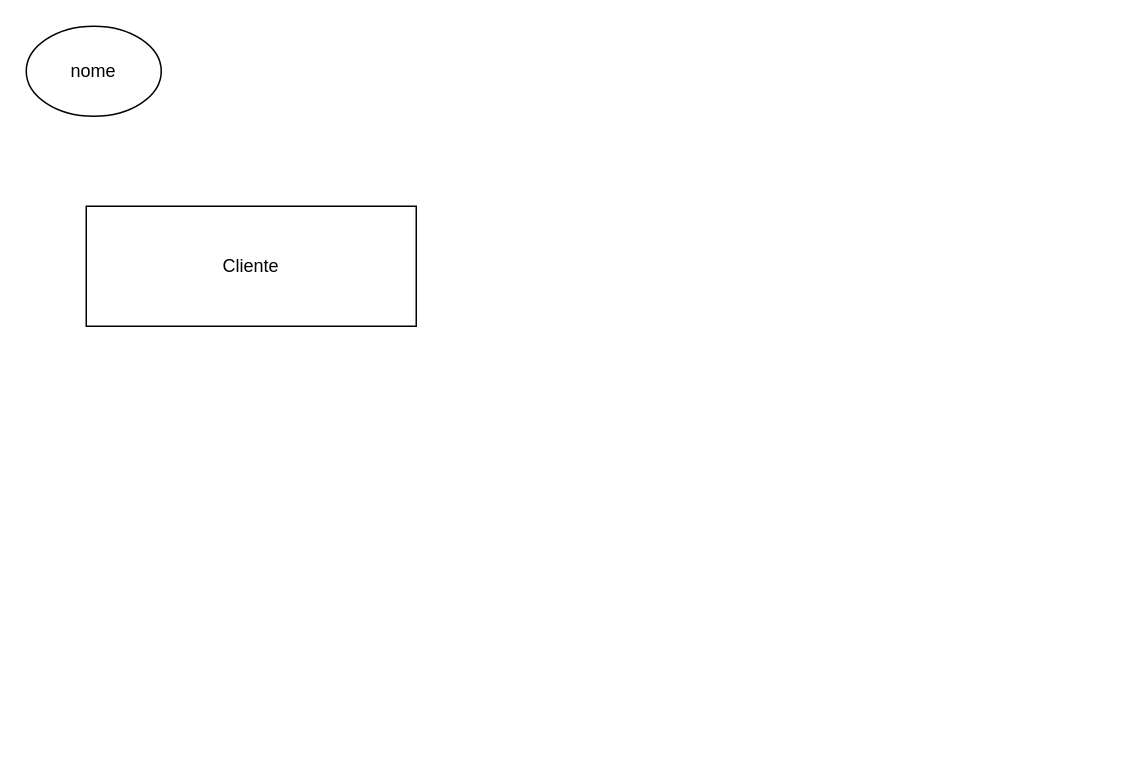
The draw.io diagram Untitled Diagram.drawio in maiagripp/uml, before the edit. Source tidied: cells renumbered, new cells numbered last; positions are measured from the earlier drawing's top-left corner, leaving out a move shared by most shapes. Both pictures are drawn from the tidied source at 150%, with x=0, y=0 at pixel (26, 26).
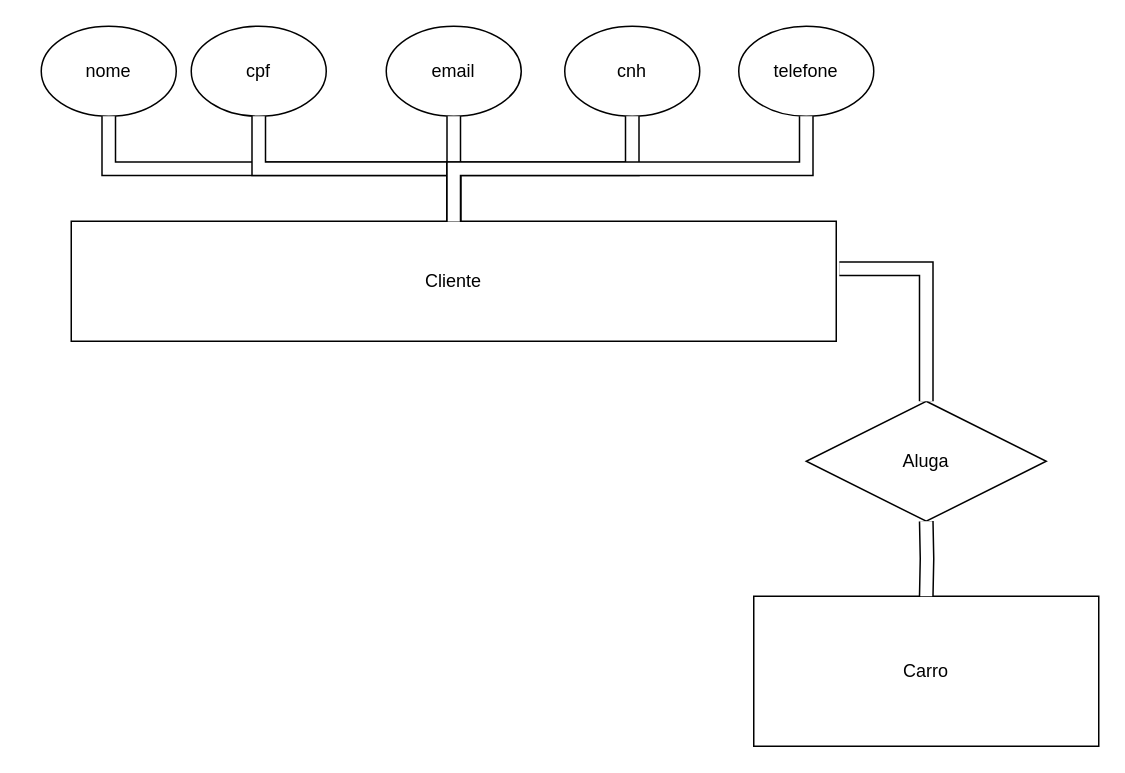
The same diagram, later.

The edit, as a diff of the source:
```diff
@@
 <mxGraphModel>
   <root>
     <mxCell id="0" />
     <mxCell id="1" parent="0" />
     <mxCell id="2" value="Cliente" style="rounded=0;whiteSpace=wrap;html=1;" parent="1" vertex="1">
-      <mxGeometry x="40" y="120" width="220" height="80" as="geometry" />
+      <mxGeometry x="30" y="130" width="510" height="80" as="geometry" />
     </mxCell>
     <mxCell id="3" value="nome" style="ellipse;whiteSpace=wrap;html=1;" parent="1" vertex="1">
-      <mxGeometry width="90" height="60" as="geometry" />
+      <mxGeometry x="10" width="90" height="60" as="geometry" />
     </mxCell>
+    <mxCell id="4" value="cpf" style="ellipse;whiteSpace=wrap;html=1;" parent="1" vertex="1">
+      <mxGeometry x="110" width="90" height="60" as="geometry" />
+    </mxCell>
+    <mxCell id="5" value="email" style="ellipse;whiteSpace=wrap;html=1;" parent="1" vertex="1">
+      <mxGeometry x="240" width="90" height="60" as="geometry" />
+    </mxCell>
+    <mxCell id="6" value="cnh" style="ellipse;whiteSpace=wrap;html=1;" parent="1" vertex="1">
+      <mxGeometry x="359" width="90" height="60" as="geometry" />
+    </mxCell>
+    <mxCell id="7" value="telefone" style="ellipse;whiteSpace=wrap;html=1;" parent="1" vertex="1">
+      <mxGeometry x="475" width="90" height="60" as="geometry" />
+    </mxCell>
+    <mxCell id="8" style="shape=filledEdge;rounded=0;fixDash=1;endArrow=none;strokeWidth=10;fillColor=#ffffff;edgeStyle=orthogonalEdgeStyle;exitX=0.5;exitY=0;exitDx=0;exitDy=0;entryX=0.5;entryY=1;entryDx=0;entryDy=0;" parent="1" edge="1" source="2" target="3">
+      <mxGeometry relative="1" as="geometry" />
+    </mxCell>
+    <mxCell id="9" style="shape=filledEdge;rounded=0;fixDash=1;endArrow=none;strokeWidth=10;fillColor=#ffffff;edgeStyle=orthogonalEdgeStyle;exitX=0.5;exitY=0;exitDx=0;exitDy=0;entryX=0.5;entryY=1;entryDx=0;entryDy=0;" parent="1" edge="1" source="2" target="4">
+      <mxGeometry relative="1" as="geometry" />
+    </mxCell>
+    <mxCell id="10" style="shape=filledEdge;rounded=0;fixDash=1;endArrow=none;strokeWidth=10;fillColor=#ffffff;edgeStyle=orthogonalEdgeStyle;entryX=0.5;entryY=1;entryDx=0;entryDy=0;exitX=0.5;exitY=0;exitDx=0;exitDy=0;" parent="1" edge="1" source="2" target="5">
+      <mxGeometry relative="1" as="geometry" />
+    </mxCell>
+    <mxCell id="11" style="shape=filledEdge;rounded=0;fixDash=1;endArrow=none;strokeWidth=10;fillColor=#ffffff;edgeStyle=orthogonalEdgeStyle;exitX=0.5;exitY=0;exitDx=0;exitDy=0;" parent="1" edge="1" source="2" target="6">
+      <mxGeometry relative="1" as="geometry" />
+    </mxCell>
+    <mxCell id="12" style="shape=filledEdge;rounded=0;fixDash=1;endArrow=none;strokeWidth=10;fillColor=#ffffff;edgeStyle=orthogonalEdgeStyle;exitX=0.5;exitY=0;exitDx=0;exitDy=0;entryX=0.5;entryY=1;entryDx=0;entryDy=0;" parent="1" edge="1" source="2" target="7">
+      <mxGeometry relative="1" as="geometry" />
+    </mxCell>
+    <mxCell id="13" value="Carro&lt;br&gt;" style="rounded=0;whiteSpace=wrap;html=1;" parent="1" vertex="1">
+      <mxGeometry x="485" y="380" width="230" height="100" as="geometry" />
+    </mxCell>
+    <mxCell id="14" value="Aluga" style="rhombus;whiteSpace=wrap;html=1;" parent="1" vertex="1">
+      <mxGeometry x="520" y="250" width="160" height="80" as="geometry" />
+    </mxCell>
+    <mxCell id="15" style="shape=filledEdge;rounded=0;fixDash=1;endArrow=none;strokeWidth=10;fillColor=#ffffff;edgeStyle=orthogonalEdgeStyle;exitX=1.004;exitY=0.395;exitDx=0;exitDy=0;exitPerimeter=0;" parent="1" edge="1" source="2" target="14">
+      <mxGeometry relative="1" as="geometry">
+        <Array as="points">
+          <mxPoint x="600" y="162" />
+        </Array>
+      </mxGeometry>
+    </mxCell>
+    <mxCell id="16" style="shape=filledEdge;rounded=0;fixDash=1;endArrow=none;strokeWidth=10;fillColor=#ffffff;edgeStyle=orthogonalEdgeStyle;entryX=0.5;entryY=1;entryDx=0;entryDy=0;" parent="1" edge="1" target="14">
+      <mxGeometry relative="1" as="geometry">
+        <mxPoint x="600" y="380" as="sourcePoint" />
+      </mxGeometry>
+    </mxCell>
   </root>
 </mxGraphModel>
```
